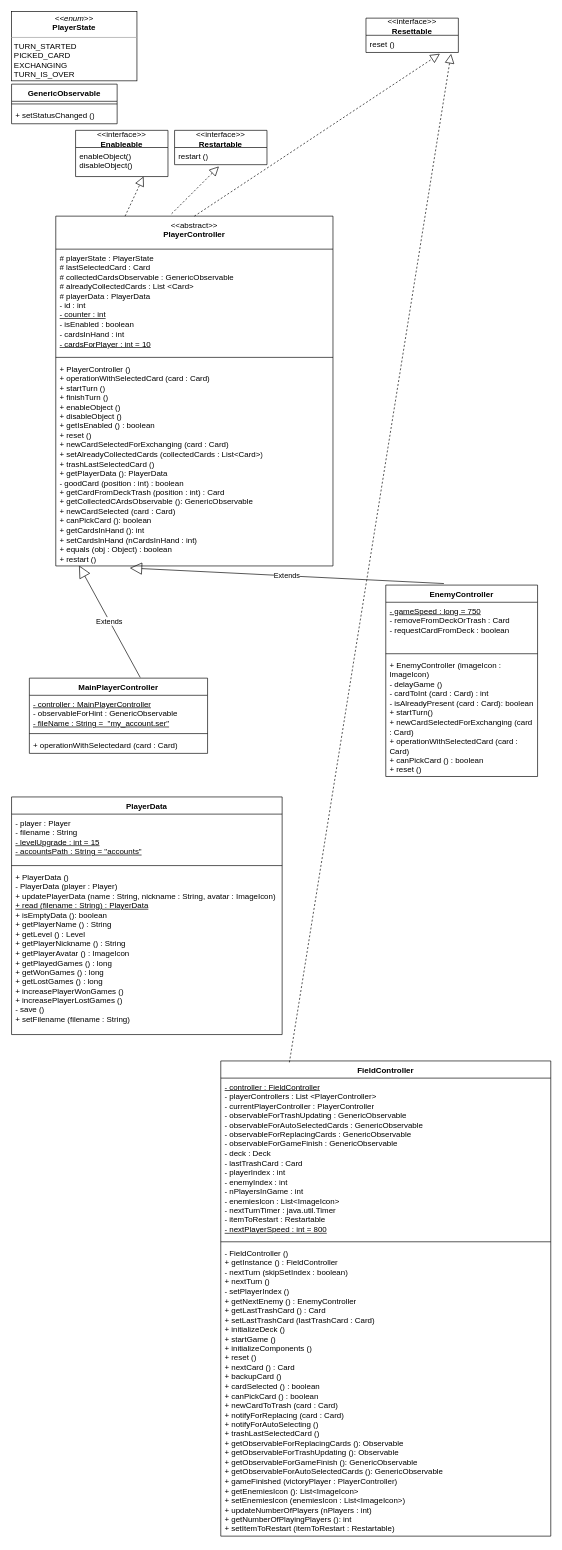
TommasoBruni/JTrash keeps this draw.io diagram as page "Controller" (2 of 3) of JTrash.drawio. Above is the earlier version. Source tidied: cells renumbered, new cells numbered last; positions are measured from the earlier drawing's top-left corner, leaving out a move shared by most shapes. Both pictures are drawn from the tidied source at 66%, with x=0, y=0 at pixel (11, 11).
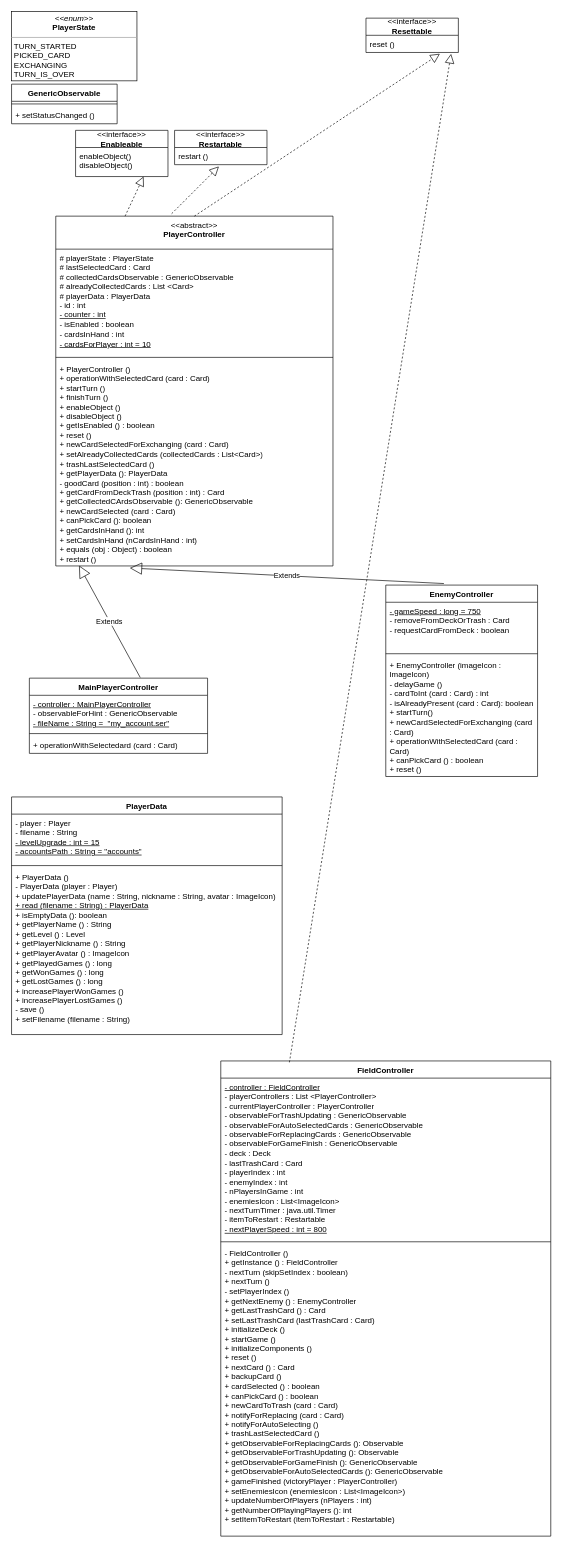
The same diagram, later.

Commit message (it also covers changes not shown here):
removed unused method

Unchanged cells that the change refers to:
```xml
<mxCell id="33" value="FieldController" style="swimlane;fontStyle=1;align=center;verticalAlign=top;horizontal=1;startSize=26;whiteSpace=wrap;html=1;" parent="1" vertex="1">
  <mxGeometry x="317" y="1590" width="500" height="720" as="geometry" />
</mxCell>
```

The edit, as a diff of the source:
```diff
@@
-    <mxCell id="36" value="- FieldController ()&lt;br&gt;+ getInstance () : FieldController&lt;br&gt;- nextTurn (skipSetIndex : boolean)&lt;br&gt;+ nextTurn ()&lt;br&gt;- setPlayerIndex ()&lt;br&gt;+ getNextEnemy () : EnemyController&lt;br&gt;+ getLastTrashCard () : Card&lt;br&gt;+ setLastTrashCard (lastTrashCard : Card)&lt;br&gt;+ initializeDeck ()&lt;br&gt;+ startGame ()&lt;br&gt;+ initializeComponents ()&lt;br&gt;+ reset ()&lt;br&gt;+ nextCard () : Card&lt;br&gt;+ backupCard ()&lt;br&gt;+ cardSelected () : boolean&lt;br&gt;+ canPickCard () : boolean&lt;br&gt;+ newCardToTrash (card : Card)&lt;br&gt;+ notifyForReplacing (card : Card)&lt;br&gt;+ notifyForAutoSelecting ()&lt;br&gt;+ trashLastSelectedCard ()&lt;br&gt;+ getObservableForReplacingCards (): Observable&lt;br&gt;+ getObservableForTrashUpdating (): Observable&lt;br&gt;+ getObservableForGameFinish (): GenericObservable&lt;br&gt;+ getObservableForAutoSelectedCards (): GenericObservable&lt;br&gt;+ gameFinished (victoryPlayer : PlayerController)&lt;br&gt;+ getEnemiesIcon (): List&amp;lt;ImageIcon&amp;gt;&lt;br&gt;+ setEnemiesIcon (enemiesIcon : List&amp;lt;ImageIcon&amp;gt;)&lt;br&gt;+ updateNumberOfPlayers (nPlayers : int)&lt;br&gt;+ getNumberOfPlayingPlayers (): int&lt;br&gt;+ setItemToRestart (itemToRestart : Restartable)" style="text;strokeColor=none;fillColor=none;align=left;verticalAlign=top;spacingLeft=4;spacingRight=4;overflow=hidden;whiteSpace=wrap;html=1;" parent="33" vertex="1">
+    <mxCell id="36" value="- FieldController ()&lt;br&gt;+ getInstance () : FieldController&lt;br&gt;- nextTurn (skipSetIndex : boolean)&lt;br&gt;+ nextTurn ()&lt;br&gt;- setPlayerIndex ()&lt;br&gt;+ getNextEnemy () : EnemyController&lt;br&gt;+ getLastTrashCard () : Card&lt;br&gt;+ setLastTrashCard (lastTrashCard : Card)&lt;br&gt;+ initializeDeck ()&lt;br&gt;+ startGame ()&lt;br&gt;+ initializeComponents ()&lt;br&gt;+ reset ()&lt;br&gt;+ nextCard () : Card&lt;br&gt;+ backupCard ()&lt;br&gt;+ cardSelected () : boolean&lt;br&gt;+ canPickCard () : boolean&lt;br&gt;+ newCardToTrash (card : Card)&lt;br&gt;+ notifyForReplacing (card : Card)&lt;br&gt;+ notifyForAutoSelecting ()&lt;br&gt;+ trashLastSelectedCard ()&lt;br&gt;+ getObservableForReplacingCards (): Observable&lt;br&gt;+ getObservableForTrashUpdating (): Observable&lt;br&gt;+ getObservableForGameFinish (): GenericObservable&lt;br&gt;+ getObservableForAutoSelectedCards (): GenericObservable&lt;br&gt;+ gameFinished (victoryPlayer : PlayerController)&lt;br&gt;+ setEnemiesIcon (enemiesIcon : List&amp;lt;ImageIcon&amp;gt;)&lt;br&gt;+ updateNumberOfPlayers (nPlayers : int)&lt;br&gt;+ getNumberOfPlayingPlayers (): int&lt;br&gt;+ setItemToRestart (itemToRestart : Restartable)" style="text;strokeColor=none;fillColor=none;align=left;verticalAlign=top;spacingLeft=4;spacingRight=4;overflow=hidden;whiteSpace=wrap;html=1;" parent="33" vertex="1">
       <mxGeometry y="278" width="500" height="442" as="geometry" />
     </mxCell>
```
